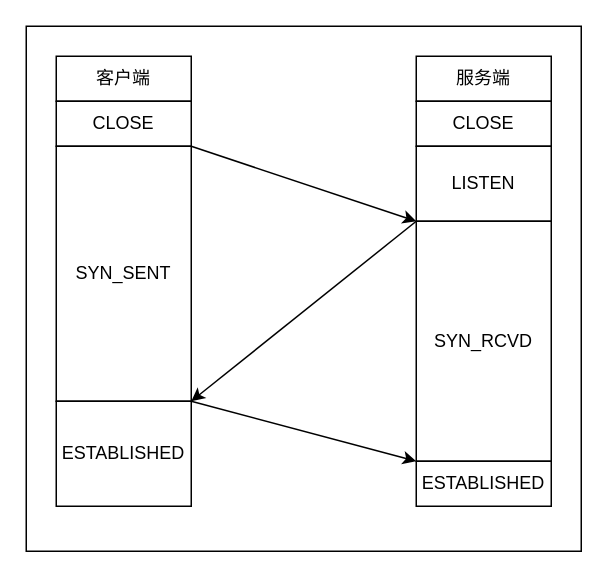
The draw.io diagram TCP三次握手.drawio in HRBully/Img, before the edit. Source tidied: cells renumbered, new cells numbered last; positions are measured from the earlier drawing's top-left corner, leaving out a move shared by most shapes. Both pictures are drawn from the tidied source at 150%, with x=0, y=0 at pixel (26, 26).
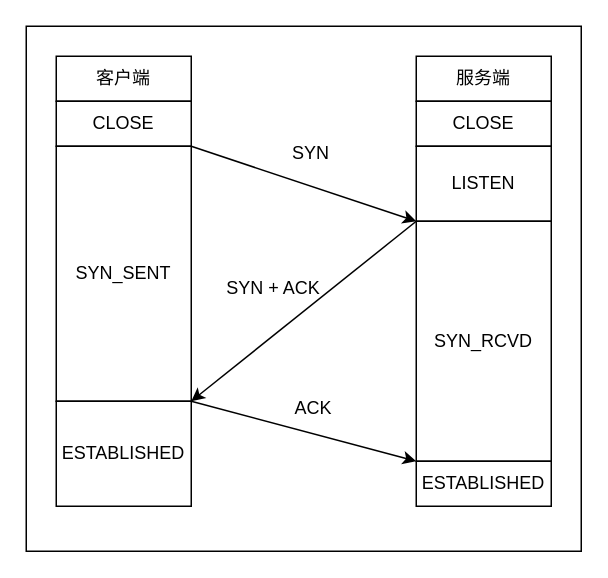
The same diagram, later.

Commit message (it also covers changes not shown here):
更新TCP三次握手.drawio

What changed in the source:
```diff
@@
 <mxGraphModel>
   <root>
     <mxCell id="0" />
     <mxCell id="1" parent="0" />
     <mxCell id="2" style="rounded=0;whiteSpace=wrap;html=1;" parent="1" vertex="1">
       <mxGeometry width="370" height="350" as="geometry" />
     </mxCell>
     <mxCell id="3" value="客户端" style="rounded=0;whiteSpace=wrap;html=1;" parent="1" vertex="1">
       <mxGeometry x="20" y="20" width="90" height="30" as="geometry" />
     </mxCell>
     <mxCell id="4" value="服务端" style="rounded=0;whiteSpace=wrap;html=1;" parent="1" vertex="1">
       <mxGeometry x="260" y="20" width="90" height="30" as="geometry" />
     </mxCell>
     <mxCell id="5" value="CLOSE" style="rounded=0;whiteSpace=wrap;html=1;" parent="1" vertex="1">
       <mxGeometry x="20" y="50" width="90" height="30" as="geometry" />
     </mxCell>
     <mxCell id="6" value="CLOSE" style="rounded=0;whiteSpace=wrap;html=1;" parent="1" vertex="1">
       <mxGeometry x="260" y="50" width="90" height="30" as="geometry" />
     </mxCell>
     <mxCell id="7" value="SYN_SENT" style="rounded=0;whiteSpace=wrap;html=1;" parent="1" vertex="1">
       <mxGeometry x="20" y="80" width="90" height="170" as="geometry" />
     </mxCell>
     <mxCell id="8" value="ESTABLISHED" style="rounded=0;whiteSpace=wrap;html=1;" parent="1" vertex="1">
       <mxGeometry x="20" y="250" width="90" height="70" as="geometry" />
     </mxCell>
     <mxCell id="9" value="LISTEN" style="rounded=0;whiteSpace=wrap;html=1;" parent="1" vertex="1">
       <mxGeometry x="260" y="80" width="90" height="50" as="geometry" />
     </mxCell>
     <mxCell id="10" value="SYN_RCVD" style="rounded=0;whiteSpace=wrap;html=1;" parent="1" vertex="1">
       <mxGeometry x="260" y="130" width="90" height="160" as="geometry" />
     </mxCell>
     <mxCell id="11" value="ESTABLISHED" style="rounded=0;whiteSpace=wrap;html=1;" parent="1" vertex="1">
       <mxGeometry x="260" y="290" width="90" height="30" as="geometry" />
     </mxCell>
     <mxCell id="12" style="endArrow=classic;html=1;rounded=0;exitX=1;exitY=0;exitDx=0;exitDy=0;entryX=0;entryY=1;entryDx=0;entryDy=0;" parent="1" edge="1" source="7" target="9">
       <mxGeometry relative="1" as="geometry" />
     </mxCell>
     <mxCell id="13" style="endArrow=classic;html=1;rounded=0;entryX=1;entryY=0;entryDx=0;entryDy=0;exitX=0;exitY=0;exitDx=0;exitDy=0;" parent="1" edge="1" source="10" target="8">
       <mxGeometry relative="1" as="geometry" />
     </mxCell>
     <mxCell id="14" style="endArrow=classic;html=1;rounded=0;exitX=1;exitY=0;exitDx=0;exitDy=0;entryX=0;entryY=0;entryDx=0;entryDy=0;" parent="1" edge="1" source="8" target="11">
       <mxGeometry relative="1" as="geometry" />
     </mxCell>
+    <mxCell id="15" value="SYN" style="text;html=1;align=center;verticalAlign=middle;whiteSpace=wrap;rounded=0;" parent="1" vertex="1">
+      <mxGeometry x="160" y="70" width="60" height="30" as="geometry" />
+    </mxCell>
+    <mxCell id="16" value="SYN + ACK" style="text;html=1;align=center;verticalAlign=middle;whiteSpace=wrap;rounded=0;" parent="1" vertex="1">
+      <mxGeometry x="130" y="160" width="70" height="30" as="geometry" />
+    </mxCell>
+    <mxCell id="17" value="&amp;nbsp;ACK" style="text;html=1;align=center;verticalAlign=middle;whiteSpace=wrap;rounded=0;" parent="1" vertex="1">
+      <mxGeometry x="155" y="240" width="70" height="30" as="geometry" />
+    </mxCell>
   </root>
 </mxGraphModel>
```
